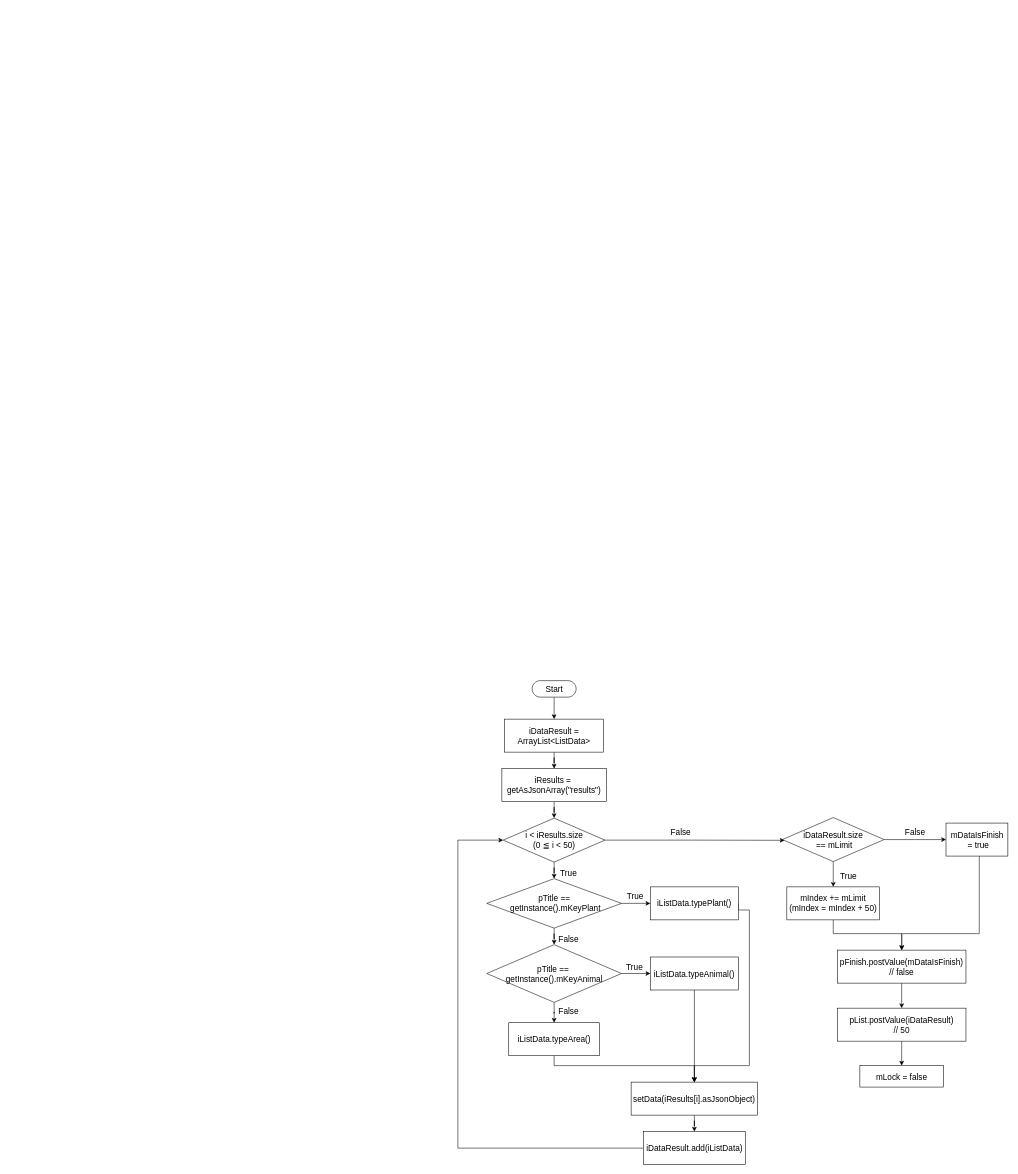
Above: page "ApiManagerALL_2" (17 of 28) of 一般流程.drawio in ccckyc/draw (draw.io), before the change. Source tidied: cells renumbered, new cells numbered last; positions are measured from the earlier drawing's top-left corner, leaving out a move shared by most shapes. Both pictures are drawn from the tidied source at 55%, with x=0, y=0 at pixel (458, 680).
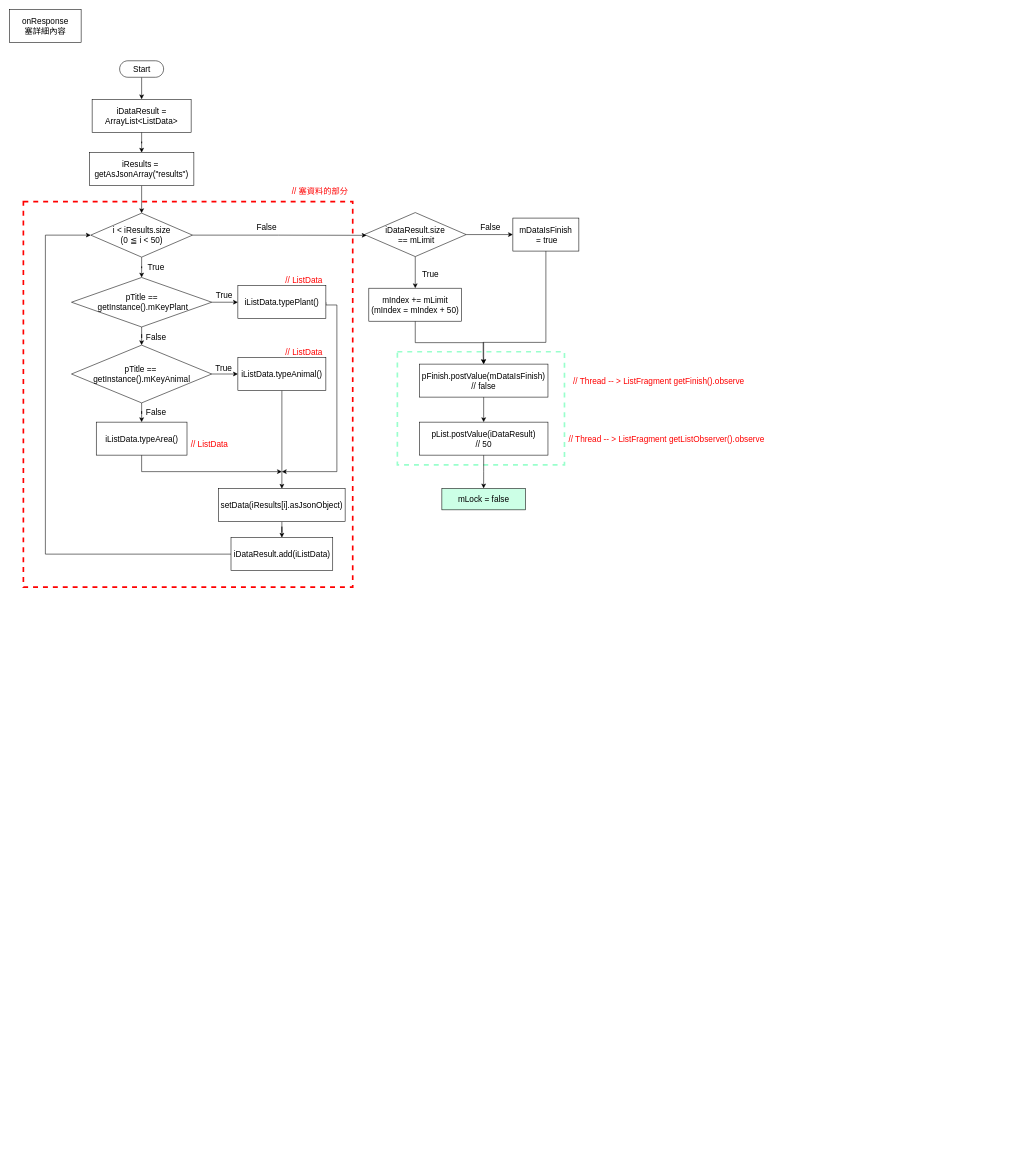
The same diagram, later.

The change refers to these unchanged cells:
```xml
<mxCell id="8" style="edgeStyle=orthogonalEdgeStyle;rounded=0;jettySize=auto;html=1;labelBackgroundColor=#FFFFFF;labelBorderColor=none;fontFamily=Helvetica;fontSize=15;fontColor=#000000;strokeColor=#000000;strokeWidth=1;fontStyle=0;" parent="1" edge="1" source="12" target="17">
  <mxGeometry relative="1" as="geometry" />
</mxCell>
<mxCell id="10" style="edgeStyle=orthogonalEdgeStyle;rounded=0;jettySize=auto;html=1;exitX=1;exitY=0.5;exitDx=0;exitDy=0;labelBackgroundColor=#FFFFFF;labelBorderColor=none;fontFamily=Helvetica;fontSize=15;fontColor=#000000;strokeColor=#000000;strokeWidth=1;entryX=0.022;entryY=0.517;entryDx=0;entryDy=0;entryPerimeter=0;fontStyle=0;" parent="1" edge="1" source="12" target="37">
  <mxGeometry relative="1" as="geometry" />
</mxCell>
<mxCell id="13" style="edgeStyle=orthogonalEdgeStyle;rounded=0;jettySize=auto;html=1;labelBackgroundColor=#FFFFFF;labelBorderColor=none;fontFamily=Helvetica;fontSize=15;fontColor=#FF0000;strokeColor=#000000;strokeWidth=1;fontStyle=0;" parent="1" edge="1" source="17" target="22">
  <mxGeometry relative="1" as="geometry" />
</mxCell>
<mxCell id="15" style="edgeStyle=orthogonalEdgeStyle;rounded=0;jettySize=auto;html=1;labelBackgroundColor=#FFFFFF;labelBorderColor=none;fontFamily=Helvetica;fontSize=15;fontColor=#000000;strokeColor=#000000;strokeWidth=1;fontStyle=0;" parent="1" edge="1" source="17" target="28">
  <mxGeometry relative="1" as="geometry" />
</mxCell>
<mxCell id="18" style="edgeStyle=orthogonalEdgeStyle;rounded=0;jettySize=auto;html=1;labelBackgroundColor=#FFFFFF;labelBorderColor=none;fontFamily=Helvetica;fontSize=15;fontColor=#000000;strokeColor=#000000;strokeWidth=1;fontStyle=0;" parent="1" edge="1" source="22" target="24">
  <mxGeometry relative="1" as="geometry" />
</mxCell>
<mxCell id="20" style="edgeStyle=orthogonalEdgeStyle;rounded=0;jettySize=auto;html=1;labelBackgroundColor=#FFFFFF;labelBorderColor=none;fontFamily=Helvetica;fontSize=15;fontColor=#000000;strokeColor=#000000;strokeWidth=1;fontStyle=0;" parent="1" edge="1" source="22" target="26">
  <mxGeometry relative="1" as="geometry" />
</mxCell>
<mxCell id="33" style="edgeStyle=orthogonalEdgeStyle;rounded=0;jettySize=auto;html=1;labelBackgroundColor=#FFFFFF;labelBorderColor=none;fontFamily=Helvetica;fontSize=15;fontColor=#000000;strokeColor=#000000;strokeWidth=1;fontStyle=0;" parent="1" edge="1" source="37" target="39">
  <mxGeometry relative="1" as="geometry" />
</mxCell>
```

Change to the diagram source:
```diff
@@
+    <mxCell id="47" style="rounded=0;whiteSpace=wrap;html=1;labelBackgroundColor=none;labelBorderColor=none;fontFamily=Helvetica;fontSize=15;fontColor=#FF0000;strokeColor=#FF0000;strokeWidth=3;fillColor=none;gradientColor=none;dashed=1;fontStyle=0;" parent="1" vertex="1">
+      <mxGeometry x="-790" y="-871" width="598.8" height="701" as="geometry" />
+    </mxCell>
+    <mxCell id="48" style="rounded=0;whiteSpace=wrap;html=1;dashed=1;labelBackgroundColor=none;labelBorderColor=none;fontFamily=Helvetica;fontSize=15;fontColor=#FF0000;strokeColor=#99FFCC;strokeWidth=3;fillColor=none;gradientColor=none;fontStyle=0;" parent="1" vertex="1">
+      <mxGeometry x="-110" y="-598" width="303.8" height="205.6" as="geometry" />
+    </mxCell>
@@
     <mxCell id="3" value="Start" style="html=1;dashed=0;whitespace=wrap;shape=mxgraph.dfd.start;fontStyle=0;fontSize=15;fontFamily=Helvetica;" parent="1" vertex="1">
-      <mxGeometry x="135" width="80" height="30" as="geometry" />
+      <mxGeometry x="-615" y="-1127" width="80" height="30" as="geometry" />
     </mxCell>
@@
     <mxCell id="5" value="iDataResult = ArrayList&amp;lt;ListData&amp;gt;" style="whiteSpace=wrap;html=1;fontSize=15;dashed=0;fontStyle=0;fontFamily=Helvetica;" parent="1" vertex="1">
-      <mxGeometry x="85" y="70" width="180" height="60" as="geometry" />
+      <mxGeometry x="-665" y="-1057" width="180" height="60" as="geometry" />
     </mxCell>
@@
     <mxCell id="7" value="iResults =&amp;nbsp;&lt;br style=&quot;font-size: 15px;&quot;&gt;getAsJsonArray(&quot;results&quot;)" style="whiteSpace=wrap;html=1;fontSize=15;dashed=0;fontStyle=0;fontFamily=Helvetica;" parent="1" vertex="1">
-      <mxGeometry x="80" y="160" width="190" height="60" as="geometry" />
+      <mxGeometry x="-670" y="-960" width="190" height="60" as="geometry" />
     </mxCell>
@@
-    <mxCell id="9" value="True" style="edgeLabel;html=1;align=center;verticalAlign=middle;fontSize=15;fontFamily=Helvetica;fontColor=#000000;fontStyle=0;" parent="8" vertex="1">
-      <mxGeometry x="-0.24" y="1" relative="1" as="geometry">
-        <mxPoint x="24" as="offset" />
-      </mxGeometry>
-    </mxCell>
+    <mxCell id="49" value="True" style="edgeLabel;html=1;align=center;verticalAlign=middle;fontSize=15;fontFamily=Helvetica;fontColor=#000000;fontStyle=0;" parent="8" vertex="1">
+      <mxGeometry x="-0.24" y="1" relative="1" as="geometry">
+        <mxPoint x="24" as="offset" />
+      </mxGeometry>
+    </mxCell>
@@
-    <mxCell id="11" value="False" style="edgeLabel;html=1;align=center;verticalAlign=middle;fontSize=15;fontFamily=Helvetica;fontColor=#000000;fontStyle=0;" parent="10" vertex="1">
-      <mxGeometry x="-0.38" relative="1" as="geometry">
-        <mxPoint x="36" y="-15" as="offset" />
-      </mxGeometry>
-    </mxCell>
+    <mxCell id="50" value="False" style="edgeLabel;html=1;align=center;verticalAlign=middle;fontSize=15;fontFamily=Helvetica;fontColor=#000000;fontStyle=0;" parent="10" vertex="1">
+      <mxGeometry x="-0.38" relative="1" as="geometry">
+        <mxPoint x="36" y="-15" as="offset" />
+      </mxGeometry>
+    </mxCell>
     <mxCell id="12" value="i &amp;lt; iResults.size&lt;br style=&quot;font-size: 15px;&quot;&gt;(0 ≦ i &amp;lt; 50)" style="rhombus;whiteSpace=wrap;html=1;fontSize=15;dashed=0;fontStyle=0;fontFamily=Helvetica;" parent="1" vertex="1">
-      <mxGeometry x="82.5" y="250" width="185" height="80" as="geometry" />
+      <mxGeometry x="-667.5" y="-850" width="185" height="80" as="geometry" />
     </mxCell>
@@
-    <mxCell id="14" value="False" style="edgeLabel;html=1;align=center;verticalAlign=middle;fontSize=15;fontFamily=Helvetica;fontColor=#000000;fontStyle=0;" parent="13" vertex="1">
-      <mxGeometry x="-0.28" y="2" relative="1" as="geometry">
-        <mxPoint x="23" as="offset" />
-      </mxGeometry>
-    </mxCell>
+    <mxCell id="51" value="False" style="edgeLabel;html=1;align=center;verticalAlign=middle;fontSize=15;fontFamily=Helvetica;fontColor=#000000;fontStyle=0;" parent="13" vertex="1">
+      <mxGeometry x="-0.28" y="2" relative="1" as="geometry">
+        <mxPoint x="23" as="offset" />
+      </mxGeometry>
+    </mxCell>
@@
-    <mxCell id="16" value="True" style="edgeLabel;html=1;align=center;verticalAlign=middle;fontSize=15;fontFamily=Helvetica;fontColor=#000000;fontStyle=0;" parent="15" vertex="1">
-      <mxGeometry x="-0.31" y="1" relative="1" as="geometry">
-        <mxPoint x="6" y="-14" as="offset" />
-      </mxGeometry>
-    </mxCell>
+    <mxCell id="52" value="True" style="edgeLabel;html=1;align=center;verticalAlign=middle;fontSize=15;fontFamily=Helvetica;fontColor=#000000;fontStyle=0;" parent="15" vertex="1">
+      <mxGeometry x="-0.31" y="1" relative="1" as="geometry">
+        <mxPoint x="6" y="-14" as="offset" />
+      </mxGeometry>
+    </mxCell>
     <mxCell id="17" value="pTitle ==&lt;br style=&quot;font-size: 15px;&quot;&gt;&amp;nbsp;getInstance().mKeyPlant" style="rhombus;whiteSpace=wrap;html=1;fontSize=15;dashed=0;fontStyle=0;fontFamily=Helvetica;" parent="1" vertex="1">
-      <mxGeometry x="52.5" y="360" width="245" height="90" as="geometry" />
+      <mxGeometry x="-702.5" y="-733" width="255" height="90" as="geometry" />
     </mxCell>
@@
-    <mxCell id="19" value="False" style="edgeLabel;html=1;align=center;verticalAlign=middle;fontSize=15;fontFamily=Helvetica;fontColor=#000000;fontStyle=0;" parent="18" vertex="1">
-      <mxGeometry x="-0.3" y="1" relative="1" as="geometry">
-        <mxPoint x="24" as="offset" />
-      </mxGeometry>
-    </mxCell>
+    <mxCell id="53" value="False" style="edgeLabel;html=1;align=center;verticalAlign=middle;fontSize=15;fontFamily=Helvetica;fontColor=#000000;fontStyle=0;" parent="18" vertex="1">
+      <mxGeometry x="-0.3" y="1" relative="1" as="geometry">
+        <mxPoint x="24" as="offset" />
+      </mxGeometry>
+    </mxCell>
@@
-    <mxCell id="21" value="True" style="edgeLabel;html=1;align=center;verticalAlign=middle;fontSize=15;fontFamily=Helvetica;fontColor=#000000;fontStyle=0;" parent="20" vertex="1">
-      <mxGeometry x="-0.12" y="1" relative="1" as="geometry">
-        <mxPoint y="-11" as="offset" />
-      </mxGeometry>
-    </mxCell>
+    <mxCell id="54" value="True" style="edgeLabel;html=1;align=center;verticalAlign=middle;fontSize=15;fontFamily=Helvetica;fontColor=#000000;fontStyle=0;" parent="20" vertex="1">
+      <mxGeometry x="-0.12" y="1" relative="1" as="geometry">
+        <mxPoint y="-11" as="offset" />
+      </mxGeometry>
+    </mxCell>
     <mxCell id="22" value="pTitle ==&amp;nbsp;&lt;br style=&quot;font-size: 15px;&quot;&gt;getInstance().mKeyAnimal" style="rhombus;whiteSpace=wrap;html=1;fontSize=15;dashed=0;fontStyle=0;fontFamily=Helvetica;" parent="1" vertex="1">
-      <mxGeometry x="52.5" y="480" width="245" height="105" as="geometry" />
+      <mxGeometry x="-702.5" y="-610" width="255" height="105" as="geometry" />
     </mxCell>
-    <mxCell id="23" style="edgeStyle=orthogonalEdgeStyle;rounded=0;jettySize=auto;html=1;labelBackgroundColor=#FFFFFF;labelBorderColor=none;fontFamily=Helvetica;fontSize=15;fontColor=#000000;strokeColor=#000000;strokeWidth=1;entryX=0.5;entryY=0;entryDx=0;entryDy=0;fontStyle=0;" parent="1" edge="1" source="24" target="30">
-      <mxGeometry relative="1" as="geometry">
-        <Array as="points">
-          <mxPoint x="175" y="700" />
-          <mxPoint x="430" y="700" />
-        </Array>
-      </mxGeometry>
-    </mxCell>
+    <mxCell id="55" style="edgeStyle=orthogonalEdgeStyle;rounded=0;jettySize=auto;html=1;labelBackgroundColor=#FFFFFF;labelBorderColor=none;fontFamily=Helvetica;fontSize=15;fontColor=#000000;strokeColor=#000000;strokeWidth=1;fontStyle=0;" parent="1" edge="1" source="24">
+      <mxGeometry relative="1" as="geometry">
+        <mxPoint x="-320" y="-380" as="targetPoint" />
+        <Array as="points">
+          <mxPoint x="-575" y="-380" />
+          <mxPoint x="-320" y="-380" />
+        </Array>
+      </mxGeometry>
+    </mxCell>
     <mxCell id="24" value="iListData.typeArea()" style="whiteSpace=wrap;html=1;fontSize=15;dashed=0;fontStyle=0;fontFamily=Helvetica;" parent="1" vertex="1">
-      <mxGeometry x="92.5" y="622" width="165" height="60" as="geometry" />
+      <mxGeometry x="-657.5" y="-470" width="165" height="60" as="geometry" />
     </mxCell>
@@
     <mxCell id="26" value="iListData.typeAnimal()" style="whiteSpace=wrap;html=1;fontSize=15;dashed=0;fontStyle=0;fontFamily=Helvetica;" parent="1" vertex="1">
-      <mxGeometry x="350" y="502.5" width="160" height="60" as="geometry" />
+      <mxGeometry x="-400" y="-587.5" width="160" height="60" as="geometry" />
     </mxCell>
-    <mxCell id="27" style="edgeStyle=orthogonalEdgeStyle;rounded=0;jettySize=auto;html=1;exitX=1;exitY=0.5;exitDx=0;exitDy=0;labelBackgroundColor=#FFFFFF;labelBorderColor=none;fontFamily=Helvetica;fontSize=15;fontColor=#000000;strokeColor=#000000;strokeWidth=1;fontStyle=0;" parent="1" edge="1" source="28" target="30">
-      <mxGeometry relative="1" as="geometry">
-        <Array as="points">
-          <mxPoint x="510" y="417" />
-          <mxPoint x="530" y="417" />
-          <mxPoint x="530" y="700" />
-          <mxPoint x="430" y="700" />
-        </Array>
-      </mxGeometry>
-    </mxCell>
+    <mxCell id="56" style="edgeStyle=orthogonalEdgeStyle;rounded=0;jettySize=auto;html=1;exitX=1;exitY=0.5;exitDx=0;exitDy=0;labelBackgroundColor=#FFFFFF;labelBorderColor=none;fontFamily=Helvetica;fontSize=15;fontColor=#000000;strokeColor=#000000;strokeWidth=1;fontStyle=0;" parent="1" edge="1" source="28">
+      <mxGeometry relative="1" as="geometry">
+        <mxPoint x="-320" y="-380" as="targetPoint" />
+        <Array as="points">
+          <mxPoint x="-240" y="-683" />
+          <mxPoint x="-220" y="-683" />
+          <mxPoint x="-220" y="-380" />
+          <mxPoint x="-320" y="-380" />
+        </Array>
+      </mxGeometry>
+    </mxCell>
     <mxCell id="28" value="iListData.typePlant()" style="whiteSpace=wrap;html=1;fontSize=15;dashed=0;fontStyle=0;fontFamily=Helvetica;" parent="1" vertex="1">
-      <mxGeometry x="350" y="375" width="160" height="60" as="geometry" />
+      <mxGeometry x="-400" y="-718" width="160" height="60" as="geometry" />
     </mxCell>
+    <mxCell id="57" value="// ListData" style="text;html=1;align=center;verticalAlign=middle;strokeColor=none;fillColor=none;fontSize=15;fontFamily=Helvetica;fontColor=#FF0000;fontStyle=0;" parent="1" vertex="1">
+      <mxGeometry x="-320" y="-738" width="80" height="20" as="geometry" />
+    </mxCell>
+    <mxCell id="58" value="// ListData" style="text;html=1;align=center;verticalAlign=middle;strokeColor=none;fillColor=none;fontSize=15;fontFamily=Helvetica;fontColor=#FF0000;fontStyle=0;" parent="1" vertex="1">
+      <mxGeometry x="-320" y="-607.5" width="80" height="20" as="geometry" />
+    </mxCell>
+    <mxCell id="59" value="// ListData" style="text;html=1;align=center;verticalAlign=middle;strokeColor=none;fillColor=none;fontSize=15;fontFamily=Helvetica;fontColor=#FF0000;fontStyle=0;" parent="1" vertex="1">
+      <mxGeometry x="-492.5" y="-440" width="80" height="20" as="geometry" />
+    </mxCell>
@@
     <mxCell id="30" value="setData(iResults[i].asJsonObject)" style="whiteSpace=wrap;html=1;fontSize=15;dashed=0;fontStyle=0;fontFamily=Helvetica;" parent="1" vertex="1">
-      <mxGeometry x="315" y="730" width="230" height="60" as="geometry" />
+      <mxGeometry x="-435" y="-349" width="230" height="60" as="geometry" />
     </mxCell>
     <mxCell id="31" style="edgeStyle=orthogonalEdgeStyle;rounded=0;jettySize=auto;html=1;labelBackgroundColor=#FFFFFF;labelBorderColor=none;fontFamily=Helvetica;fontSize=15;fontColor=#000000;strokeColor=#000000;strokeWidth=1;entryX=0;entryY=0.5;entryDx=0;entryDy=0;exitX=0;exitY=0.5;exitDx=0;exitDy=0;fontStyle=0;" parent="1" edge="1" source="32" target="12">
       <mxGeometry relative="1" as="geometry">
         <Array as="points">
-          <mxPoint y="850" />
-          <mxPoint y="290" />
+          <mxPoint x="-750" y="-230" />
+          <mxPoint x="-750" y="-810" />
         </Array>
       </mxGeometry>
     </mxCell>
     <mxCell id="32" value="iDataResult.add(iListData)" style="whiteSpace=wrap;html=1;fontSize=15;dashed=0;fontStyle=0;fontFamily=Helvetica;" parent="1" vertex="1">
-      <mxGeometry x="337.5" y="820" width="185" height="60" as="geometry" />
+      <mxGeometry x="-412.5" y="-260" width="185" height="60" as="geometry" />
     </mxCell>
@@
-    <mxCell id="34" value="True" style="edgeLabel;html=1;align=center;verticalAlign=middle;fontSize=15;fontFamily=Helvetica;fontColor=#000000;fontStyle=0;" parent="33" vertex="1">
-      <mxGeometry x="-0.29" y="2" relative="1" as="geometry">
-        <mxPoint x="25" y="10" as="offset" />
-      </mxGeometry>
-    </mxCell>
+    <mxCell id="60" value="True" style="edgeLabel;html=1;align=center;verticalAlign=middle;fontSize=15;fontFamily=Helvetica;fontColor=#000000;fontStyle=0;" parent="33" vertex="1">
+      <mxGeometry x="-0.29" y="2" relative="1" as="geometry">
+        <mxPoint x="25" y="10" as="offset" />
+      </mxGeometry>
+    </mxCell>
     <mxCell id="35" style="edgeStyle=orthogonalEdgeStyle;rounded=0;jettySize=auto;html=1;labelBackgroundColor=#FFFFFF;labelBorderColor=none;fontFamily=Helvetica;fontSize=15;fontColor=#000000;strokeColor=#000000;strokeWidth=1;fontStyle=0;" parent="1" edge="1" source="37" target="41">
       <mxGeometry relative="1" as="geometry">
         <Array as="points">
-          <mxPoint x="830" y="289" />
-          <mxPoint x="830" y="289" />
+          <mxPoint x="100" y="-811" />
+          <mxPoint x="100" y="-811" />
         </Array>
       </mxGeometry>
     </mxCell>
-    <mxCell id="36" value="False" style="edgeLabel;html=1;align=center;verticalAlign=middle;fontSize=15;fontFamily=Helvetica;fontColor=#000000;fontStyle=0;" parent="35" vertex="1">
-      <mxGeometry x="-0.19" y="1" relative="1" as="geometry">
-        <mxPoint x="9" y="-13" as="offset" />
-      </mxGeometry>
-    </mxCell>
+    <mxCell id="61" value="False" style="edgeLabel;html=1;align=center;verticalAlign=middle;fontSize=15;fontFamily=Helvetica;fontColor=#000000;fontStyle=0;" parent="35" vertex="1">
+      <mxGeometry x="-0.19" y="1" relative="1" as="geometry">
+        <mxPoint x="9" y="-13" as="offset" />
+      </mxGeometry>
+    </mxCell>
     <mxCell id="37" value="iDataResult.size&lt;br style=&quot;font-size: 15px;&quot;&gt;&amp;nbsp;== mLimit" style="rhombus;whiteSpace=wrap;html=1;fontSize=15;dashed=0;fontStyle=0;fontFamily=Helvetica;" parent="1" vertex="1">
-      <mxGeometry x="590" y="249" width="185" height="80" as="geometry" />
+      <mxGeometry x="-170" y="-851" width="185" height="80" as="geometry" />
     </mxCell>
     <mxCell id="38" style="edgeStyle=orthogonalEdgeStyle;rounded=0;jettySize=auto;html=1;labelBackgroundColor=#FFFFFF;labelBorderColor=none;fontFamily=Helvetica;fontSize=15;fontColor=#000000;strokeColor=#000000;strokeWidth=1;fontStyle=0;" parent="1" edge="1" source="39" target="43">
-      <mxGeometry relative="1" as="geometry">
-        <Array as="points">
-          <mxPoint x="682" y="460" />
-          <mxPoint x="807" y="460" />
-        </Array>
-      </mxGeometry>
+      <mxGeometry relative="1" as="geometry" />
     </mxCell>
     <mxCell id="39" value="mIndex += mLimit&lt;br style=&quot;font-size: 15px;&quot;&gt;(mIndex&amp;nbsp;= mIndex + 50)" style="whiteSpace=wrap;html=1;fontSize=15;dashed=0;fontStyle=0;fontFamily=Helvetica;" parent="1" vertex="1">
-      <mxGeometry x="598.1" y="375" width="168.8" height="60" as="geometry" />
+      <mxGeometry x="-161.9" y="-713.5" width="168.8" height="60" as="geometry" />
     </mxCell>
-    <mxCell id="40" style="edgeStyle=orthogonalEdgeStyle;rounded=0;jettySize=auto;html=1;labelBackgroundColor=#FFFFFF;labelBorderColor=none;fontFamily=Helvetica;fontSize=15;fontColor=#000000;strokeColor=#000000;strokeWidth=1;fontStyle=0;" parent="1" edge="1" source="41" target="43">
+    <mxCell id="40" style="edgeStyle=orthogonalEdgeStyle;rounded=0;jettySize=auto;html=1;labelBackgroundColor=#FFFFFF;labelBorderColor=none;fontFamily=Helvetica;fontSize=15;fontColor=#000000;strokeColor=#000000;strokeWidth=1;fontStyle=0;entryX=0.5;entryY=0;entryDx=0;entryDy=0;" parent="1" edge="1" source="41" target="43">
       <mxGeometry relative="1" as="geometry">
         <Array as="points">
-          <mxPoint x="948" y="460" />
-          <mxPoint x="807" y="460" />
+          <mxPoint x="160" y="-615" />
+          <mxPoint x="46" y="-615" />
+          <mxPoint x="46" y="-590" />
+          <mxPoint x="47" y="-590" />
         </Array>
       </mxGeometry>
     </mxCell>
     <mxCell id="41" value="mDataIsFinish&lt;br style=&quot;font-size: 15px;&quot;&gt;&amp;nbsp;= true" style="whiteSpace=wrap;html=1;fontSize=15;dashed=0;fontStyle=0;fontFamily=Helvetica;" parent="1" vertex="1">
-      <mxGeometry x="887.5" y="259" width="112.5" height="60" as="geometry" />
+      <mxGeometry x="100" y="-841" width="120" height="60" as="geometry" />
     </mxCell>
@@
     <mxCell id="43" value="pFinish.postValue(mDataIsFinish)&lt;br style=&quot;font-size: 15px;&quot;&gt;// false" style="whiteSpace=wrap;html=1;fontSize=15;dashed=0;fontStyle=0;fontFamily=Helvetica;" parent="1" vertex="1">
-      <mxGeometry x="690" y="490" width="233.8" height="60" as="geometry" />
+      <mxGeometry x="-70" y="-575.5" width="233.8" height="60" as="geometry" />
     </mxCell>
@@
     <mxCell id="45" value="pList.postValue(iDataResult)&lt;br style=&quot;font-size: 15px;&quot;&gt;// 50" style="whiteSpace=wrap;html=1;fontSize=15;dashed=0;fontStyle=0;fontFamily=Helvetica;" parent="1" vertex="1">
-      <mxGeometry x="690" y="595.5" width="233.8" height="60" as="geometry" />
+      <mxGeometry x="-70" y="-470" width="233.8" height="60" as="geometry" />
     </mxCell>
-    <mxCell id="46" value="&lt;span style=&quot;font-size: 15px;&quot;&gt;mLock = false&lt;/span&gt;&lt;span style=&quot;font-size: 15px;&quot;&gt;&lt;br style=&quot;font-size: 15px;&quot;&gt;&lt;/span&gt;" style="whiteSpace=wrap;html=1;fontSize=15;dashed=0;fontStyle=0;fillColor=#FFFFFF;fontFamily=Helvetica;" parent="1" vertex="1">
-      <mxGeometry x="730.9" y="700" width="151.9" height="39" as="geometry" />
+    <mxCell id="46" value="&lt;span style=&quot;font-size: 15px;&quot;&gt;mLock = false&lt;/span&gt;&lt;span style=&quot;font-size: 15px;&quot;&gt;&lt;br style=&quot;font-size: 15px;&quot;&gt;&lt;/span&gt;" style="whiteSpace=wrap;html=1;fontSize=15;dashed=0;fontStyle=0;fillColor=#CCFFE6;fontFamily=Helvetica;" parent="1" vertex="1">
+      <mxGeometry x="-29.1" y="-349.5" width="151.9" height="39" as="geometry" />
     </mxCell>
+    <mxCell id="62" value="onResponse&lt;br style=&quot;font-size: 15px;&quot;&gt;塞詳細內容" style="whiteSpace=wrap;html=1;labelBackgroundColor=none;labelBorderColor=none;fontFamily=Helvetica;fontSize=15;strokeWidth=1;fontStyle=0;" parent="1" vertex="1">
+      <mxGeometry x="-815" y="-1220" width="130" height="60" as="geometry" />
+    </mxCell>
+    <mxCell id="63" value="// 塞資料的部分" style="text;html=1;align=center;verticalAlign=middle;strokeColor=none;fillColor=none;fontSize=15;fontFamily=Helvetica;fontColor=#FF0000;fontStyle=0;" parent="1" vertex="1">
+      <mxGeometry x="-311.2" y="-900" width="120" height="20" as="geometry" />
+    </mxCell>
+    <mxCell id="64" value="// Thread -- &amp;gt; ListFragment getFinish().observe" style="text;html=1;align=center;verticalAlign=middle;strokeColor=none;fillColor=none;fontSize=15;fontFamily=Helvetica;fontColor=#FF0000;fontStyle=0;" parent="1" vertex="1">
+      <mxGeometry x="200" y="-555.5" width="330" height="20" as="geometry" />
+    </mxCell>
+    <mxCell id="65" value="// Thread -- &amp;gt; ListFragment getListObserver().observe" style="text;html=1;align=center;verticalAlign=middle;strokeColor=none;fillColor=none;fontSize=15;fontFamily=Helvetica;fontColor=#FF0000;fontStyle=0;" parent="1" vertex="1">
+      <mxGeometry x="193.8" y="-450" width="370" height="20" as="geometry" />
+    </mxCell>
```
